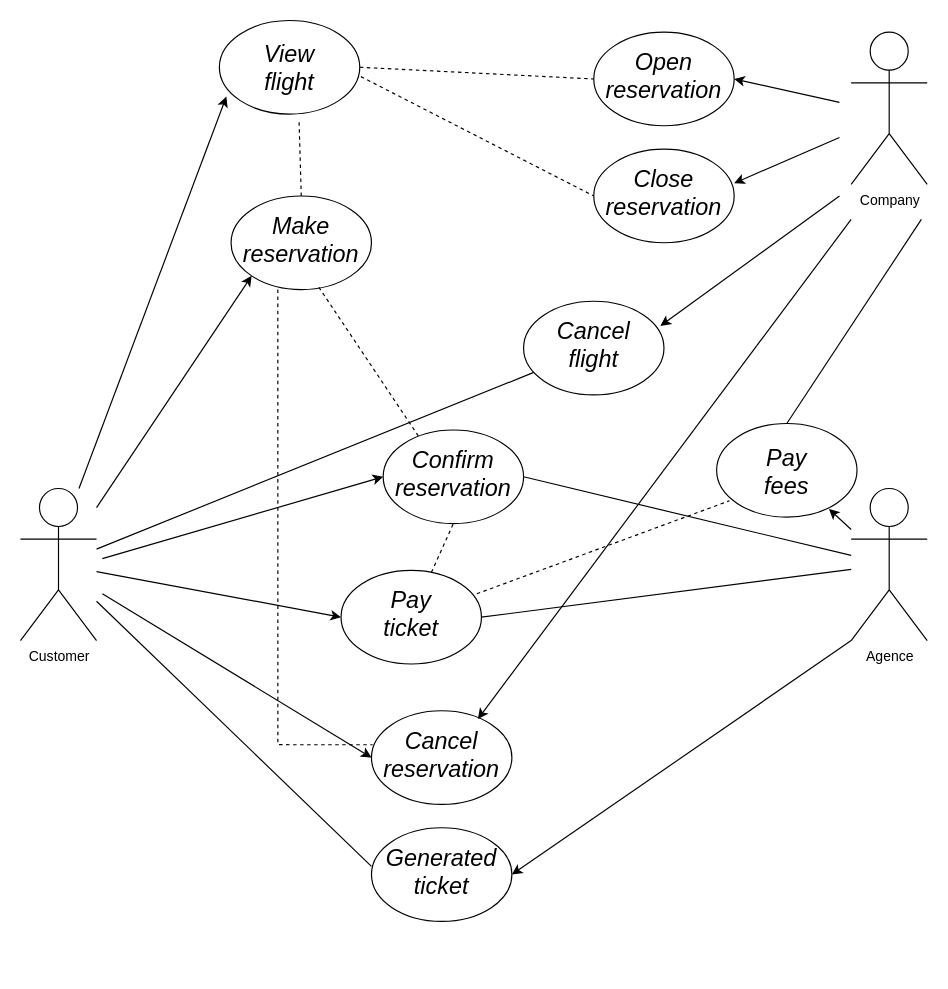
MarieBaude/exerciseUML keeps this draw.io diagram as useCase.drawio. Above is the earlier version. Source tidied: cells renumbered, new cells numbered last; positions are measured from the earlier drawing's top-left corner, leaving out a move shared by most shapes. Both pictures are drawn from the tidied source at 117%, with x=0, y=0 at pixel (20, 20).
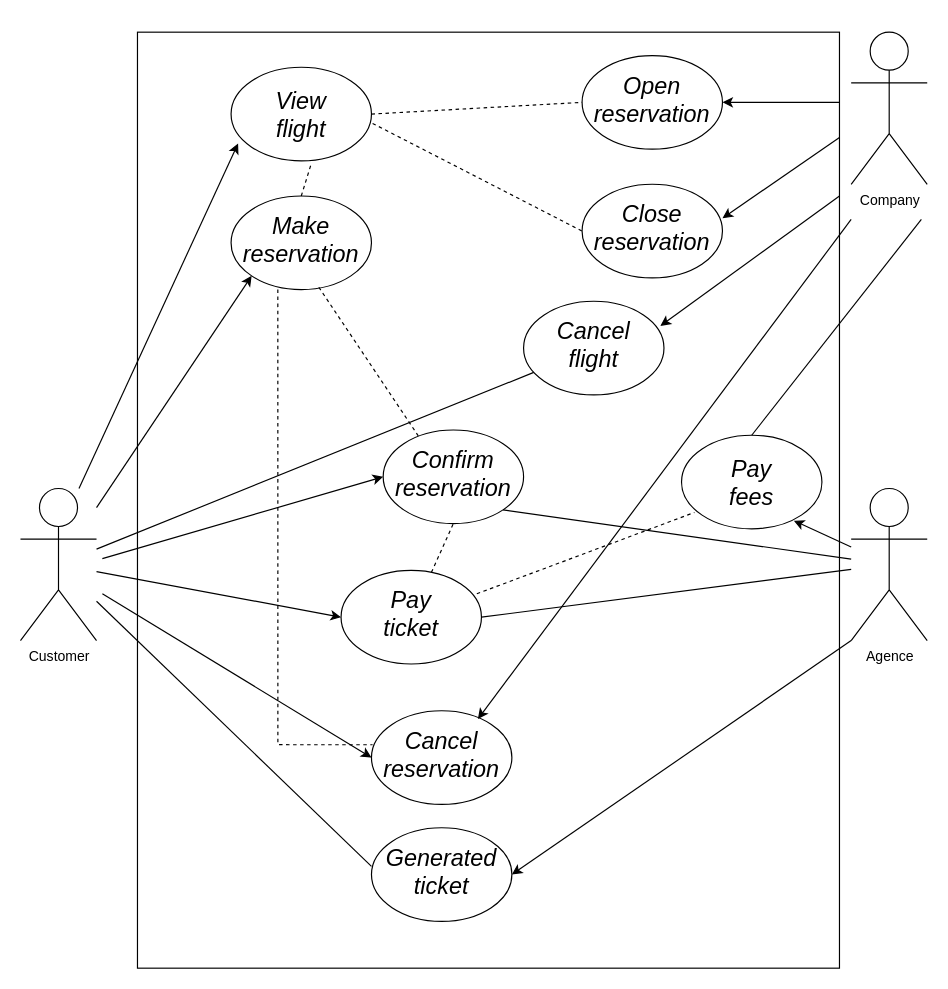
The same page after the edit.

Commit message (it also covers changes not shown here):
adding more info in readme and class diagram drawio file

The change refers to these unchanged cells:
```xml
<mxCell id="4" value="Agence" style="shape=umlActor;verticalLabelPosition=bottom;verticalAlign=top;html=1;outlineConnect=0;" parent="1" vertex="1">
  <mxGeometry x="710" y="400" width="65" height="130" as="geometry" />
</mxCell>
<mxCell id="21" style="ellipse;whiteSpace=wrap;html=1;fillColor=none;" parent="20" vertex="1">
  <mxGeometry width="120" height="80" as="geometry" />
</mxCell>
```

Change to the diagram source:
```diff
@@
+    <mxCell id="59" style="rounded=0;whiteSpace=wrap;html=1;fillColor=none;" parent="1" vertex="1">
+      <mxGeometry x="100" y="10" width="600" height="800" as="geometry" />
+    </mxCell>
@@
     <mxCell id="5" style="group;" parent="1" vertex="1">
-      <mxGeometry x="460" y="20" width="120" height="80" as="geometry" />
+      <mxGeometry x="450" y="40" width="120" height="80" as="geometry" />
     </mxCell>
@@
     <mxCell id="8" style="group;" parent="1" vertex="1">
-      <mxGeometry x="490" y="110" width="120" height="80" as="geometry" />
+      <mxGeometry x="480" y="140" width="120" height="80" as="geometry" />
     </mxCell>
@@
     <mxCell id="14" style="group;" parent="1" vertex="1">
-      <mxGeometry x="170" width="120" height="80" as="geometry" />
+      <mxGeometry x="180" y="40" width="120" height="80" as="geometry" />
     </mxCell>
@@
-    <mxCell id="37" style="endArrow=none;html=1;rounded=0;fontSize=20;fontColor=default;exitX=1;exitY=0.5;exitDx=0;exitDy=0;" parent="1" edge="1" source="21" target="4">
+    <mxCell id="37" style="endArrow=none;html=1;rounded=0;fontSize=20;fontColor=default;exitX=1;exitY=1;exitDx=0;exitDy=0;" parent="1" edge="1" source="21" target="4">
       <mxGeometry relative="1" as="geometry" />
     </mxCell>
@@
     <mxCell id="43" style="group;" parent="1" vertex="1">
-      <mxGeometry x="570" y="290" width="145" height="134.5" as="geometry" />
+      <mxGeometry x="540" y="300" width="145" height="134.5" as="geometry" />
     </mxCell>
```
